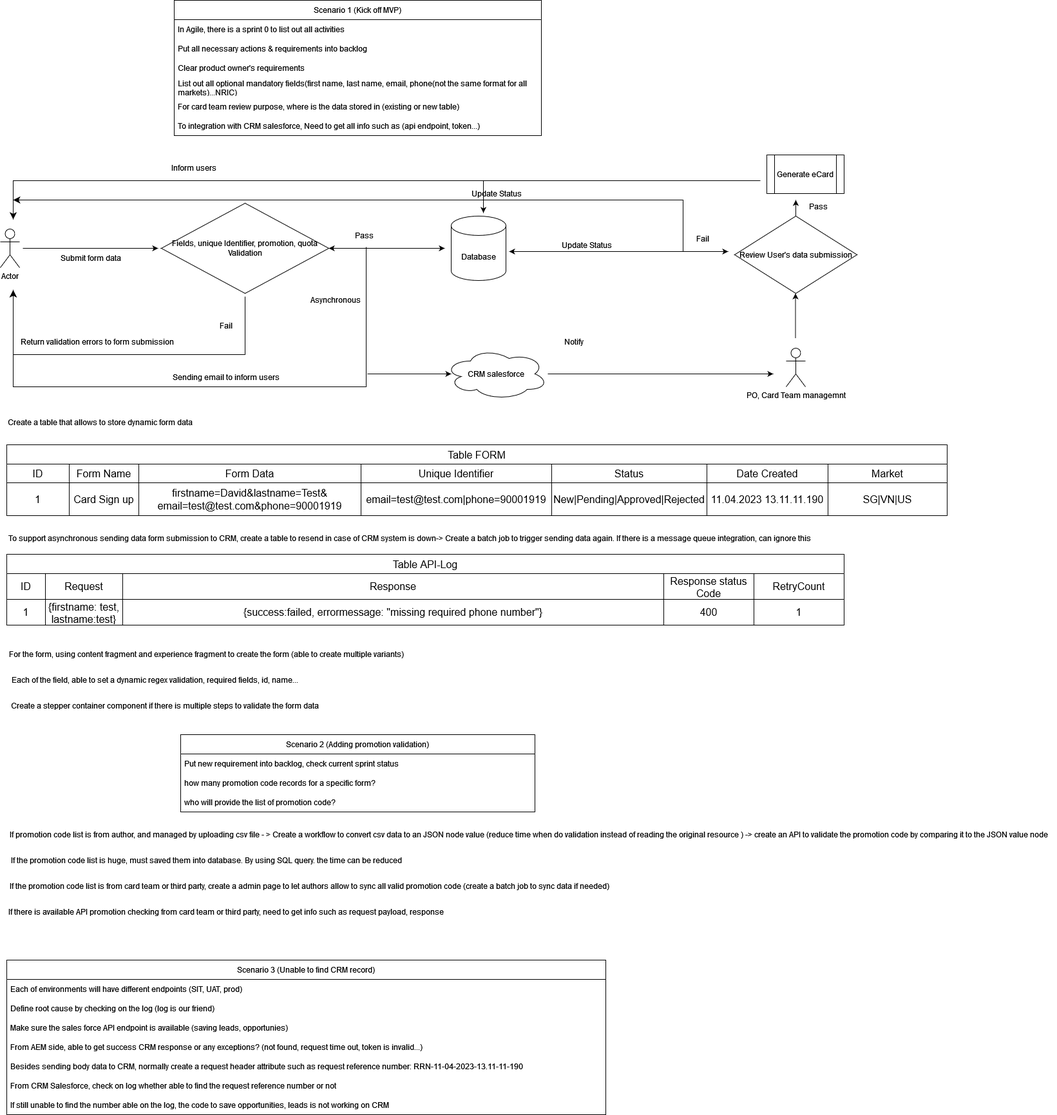
Earlier version of the draw.io export Untitled Diagram.drawio.png (huy3890/test). Source tidied: cells renumbered, new cells last; positions are measured from the earlier drawing's top-left corner, leaving out a move shared by most shapes.
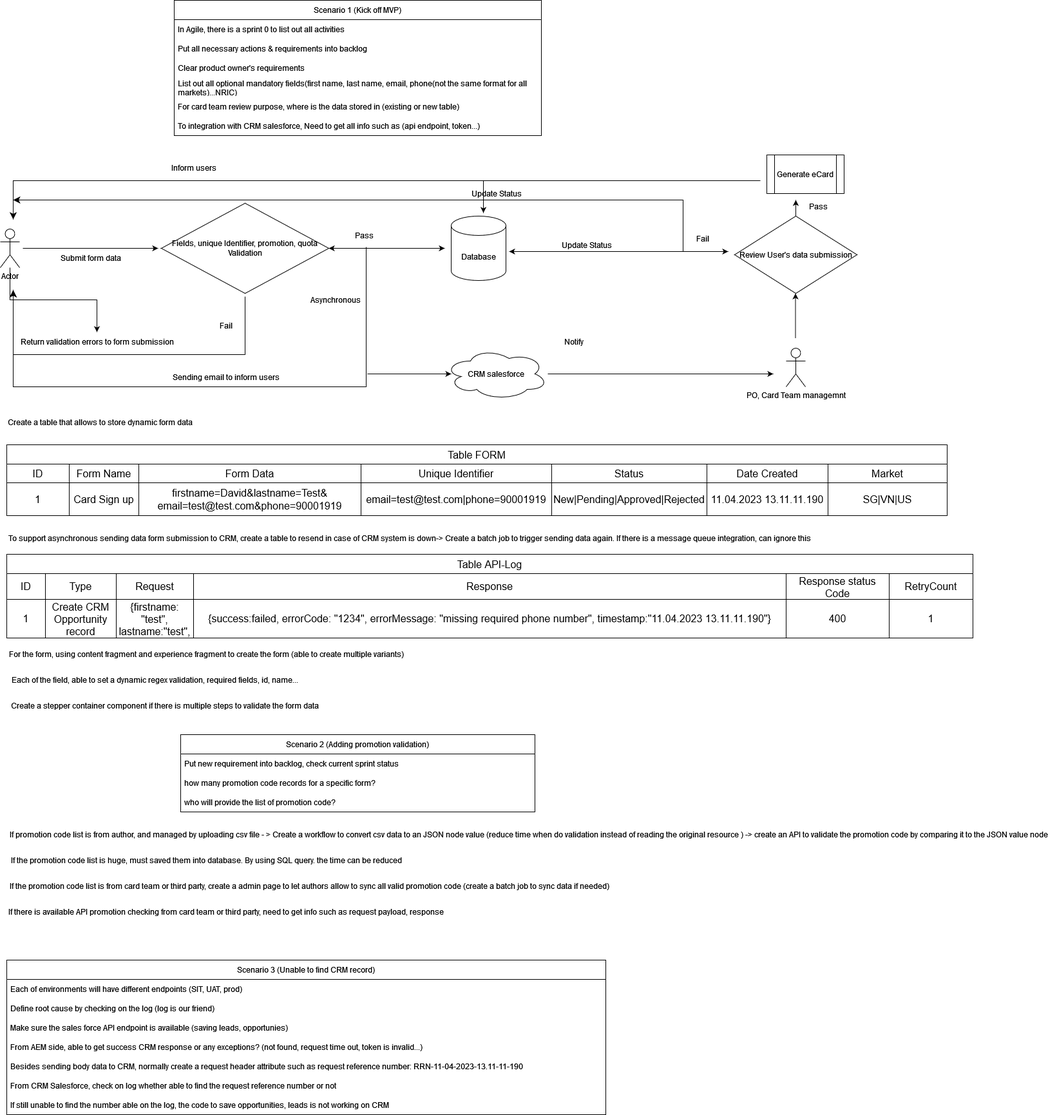
After the commit.

Change to the diagram source:
```diff
@@ -192,6 +192,9 @@
         </Array>
       </mxGeometry>
     </mxCell>
+    <mxCell id="91" style="edgeStyle=orthogonalEdgeStyle;rounded=0;jettySize=auto;html=1;" parent="1" edge="1" source="59" target="61">
+      <mxGeometry relative="1" as="geometry" />
+    </mxCell>
     <mxCell id="59" value="Actor" style="shape=umlActor;verticalLabelPosition=bottom;verticalAlign=top;html=1;outlineConnect=0;" parent="1" vertex="1">
       <mxGeometry y="355" width="30" height="60" as="geometry" />
     </mxCell>
@@ -269,43 +272,49 @@
       </mxGeometry>
     </mxCell>
     <mxCell id="77" value="Table API-Log" style="shape=table;startSize=30;strokeColor=default;fontSize=16;" parent="1" vertex="1">
-      <mxGeometry x="10" y="860" width="1300" height="110" as="geometry" />
+      <mxGeometry x="10" y="860" width="1500" height="130" as="geometry" />
     </mxCell>
     <mxCell id="78" style="shape=tableRow;horizontal=0;startSize=0;swimlaneHead=0;swimlaneBody=0;strokeColor=inherit;top=0;left=0;bottom=0;right=0;fillColor=none;fontSize=16;" parent="77" vertex="1">
-      <mxGeometry y="30" width="1300" height="40" as="geometry" />
+      <mxGeometry y="30" width="1500" height="40" as="geometry" />
     </mxCell>
     <mxCell id="79" value="ID" style="shape=partialRectangle;html=1;whiteSpace=wrap;strokeColor=inherit;overflow=hidden;fillColor=none;top=0;left=0;bottom=0;right=0;fontSize=16;" parent="78" vertex="1">
       <mxGeometry width="60" height="40" as="geometry" />
     </mxCell>
+    <mxCell id="92" value="Type" style="shape=partialRectangle;html=1;whiteSpace=wrap;strokeColor=inherit;overflow=hidden;fillColor=none;top=0;left=0;bottom=0;right=0;fontSize=16;" parent="78" vertex="1">
+      <mxGeometry x="60" width="110" height="40" as="geometry" />
+    </mxCell>
     <mxCell id="80" value="Request" style="shape=partialRectangle;html=1;whiteSpace=wrap;strokeColor=inherit;overflow=hidden;fillColor=none;top=0;left=0;bottom=0;right=0;fontSize=16;" parent="78" vertex="1">
-      <mxGeometry x="60" width="120" height="40" as="geometry" />
+      <mxGeometry x="170" width="120" height="40" as="geometry" />
     </mxCell>
     <mxCell id="81" value="Response" style="shape=partialRectangle;html=1;whiteSpace=wrap;strokeColor=inherit;overflow=hidden;fillColor=none;top=0;left=0;bottom=0;right=0;fontSize=16;" parent="78" vertex="1">
-      <mxGeometry x="180" width="840" height="40" as="geometry" />
+      <mxGeometry x="290" width="920" height="40" as="geometry" />
     </mxCell>
     <mxCell id="82" value="Response status Code" style="shape=partialRectangle;html=1;whiteSpace=wrap;strokeColor=inherit;overflow=hidden;fillColor=none;top=0;left=0;bottom=0;right=0;fontSize=16;" parent="78" vertex="1">
-      <mxGeometry x="1020" width="140" height="40" as="geometry" />
+      <mxGeometry x="1210" width="160" height="40" as="geometry" />
     </mxCell>
     <mxCell id="83" value="RetryCount" style="shape=partialRectangle;html=1;whiteSpace=wrap;strokeColor=inherit;overflow=hidden;fillColor=none;top=0;left=0;bottom=0;right=0;fontSize=16;" parent="78" vertex="1">
-      <mxGeometry x="1160" width="140" height="40" as="geometry" />
+      <mxGeometry x="1370" width="130" height="40" as="geometry" />
     </mxCell>
     <mxCell id="84" style="shape=tableRow;horizontal=0;startSize=0;swimlaneHead=0;swimlaneBody=0;strokeColor=inherit;top=0;left=0;bottom=0;right=0;fillColor=none;fontSize=16;" parent="77" vertex="1">
-      <mxGeometry y="70" width="1300" height="40" as="geometry" />
+      <mxGeometry y="70" width="1500" height="60" as="geometry" />
     </mxCell>
     <mxCell id="85" value="1" style="shape=partialRectangle;html=1;whiteSpace=wrap;strokeColor=inherit;overflow=hidden;fillColor=none;top=0;left=0;bottom=0;right=0;fontSize=16;" parent="84" vertex="1">
-      <mxGeometry width="60" height="40" as="geometry" />
+      <mxGeometry width="60" height="60" as="geometry" />
     </mxCell>
+    <mxCell id="93" value="Create CRM Opportunity record" style="shape=partialRectangle;html=1;whiteSpace=wrap;strokeColor=inherit;overflow=hidden;fillColor=none;top=0;left=0;bottom=0;right=0;fontSize=16;" parent="84" vertex="1">
+      <mxGeometry x="60" width="110" height="60" as="geometry" />
+    </mxCell>
-    <mxCell id="86" value="{firstname: test, lastname:test}" style="shape=partialRectangle;html=1;whiteSpace=wrap;strokeColor=inherit;overflow=hidden;fillColor=none;top=0;left=0;bottom=0;right=0;fontSize=16;" parent="84" vertex="1">
-      <mxGeometry x="60" width="120" height="40" as="geometry" />
+    <mxCell id="86" value="{firstname: &quot;test&quot;, lastname:&quot;test&quot;, ...}" style="shape=partialRectangle;html=1;whiteSpace=wrap;strokeColor=inherit;overflow=hidden;fillColor=none;top=0;left=0;bottom=0;right=0;fontSize=16;" parent="84" vertex="1">
+      <mxGeometry x="170" width="120" height="60" as="geometry" />
     </mxCell>
-    <mxCell id="87" value="{success:failed, errormessage: &quot;missing required phone number&quot;}" style="shape=partialRectangle;html=1;whiteSpace=wrap;strokeColor=inherit;overflow=hidden;fillColor=none;top=0;left=0;bottom=0;right=0;fontSize=16;" parent="84" vertex="1">
-      <mxGeometry x="180" width="840" height="40" as="geometry" />
+    <mxCell id="87" value="{success:failed, errorCode: &quot;1234&quot;, errorMessage: &quot;missing required phone number&quot;, timestamp:&quot;11.04.2023 13.11.11.190&quot;}" style="shape=partialRectangle;html=1;whiteSpace=wrap;strokeColor=inherit;overflow=hidden;fillColor=none;top=0;left=0;bottom=0;right=0;fontSize=16;" parent="84" vertex="1">
+      <mxGeometry x="290" width="920" height="60" as="geometry" />
     </mxCell>
     <mxCell id="88" value="400" style="shape=partialRectangle;html=1;whiteSpace=wrap;strokeColor=inherit;overflow=hidden;fillColor=none;top=0;left=0;bottom=0;right=0;fontSize=16;" parent="84" vertex="1">
-      <mxGeometry x="1020" width="140" height="40" as="geometry" />
+      <mxGeometry x="1210" width="160" height="60" as="geometry" />
     </mxCell>
     <mxCell id="89" value="1" style="shape=partialRectangle;html=1;whiteSpace=wrap;strokeColor=inherit;overflow=hidden;fillColor=none;top=0;left=0;bottom=0;right=0;fontSize=16;" parent="84" vertex="1">
-      <mxGeometry x="1160" width="140" height="40" as="geometry" />
+      <mxGeometry x="1370" width="130" height="60" as="geometry" />
     </mxCell>
     <mxCell id="90" value="To support asynchronous sending data form submission to CRM, create a table to resend in case of CRM system is down-&amp;gt; Create a batch job to trigger sending data again. If there is a message queue integration, can ignore this" style="text;html=1;align=center;verticalAlign=middle;strokeColor=none;fillColor=none;" parent="1" vertex="1">
       <mxGeometry y="820" width="1270" height="30" as="geometry" />
```
